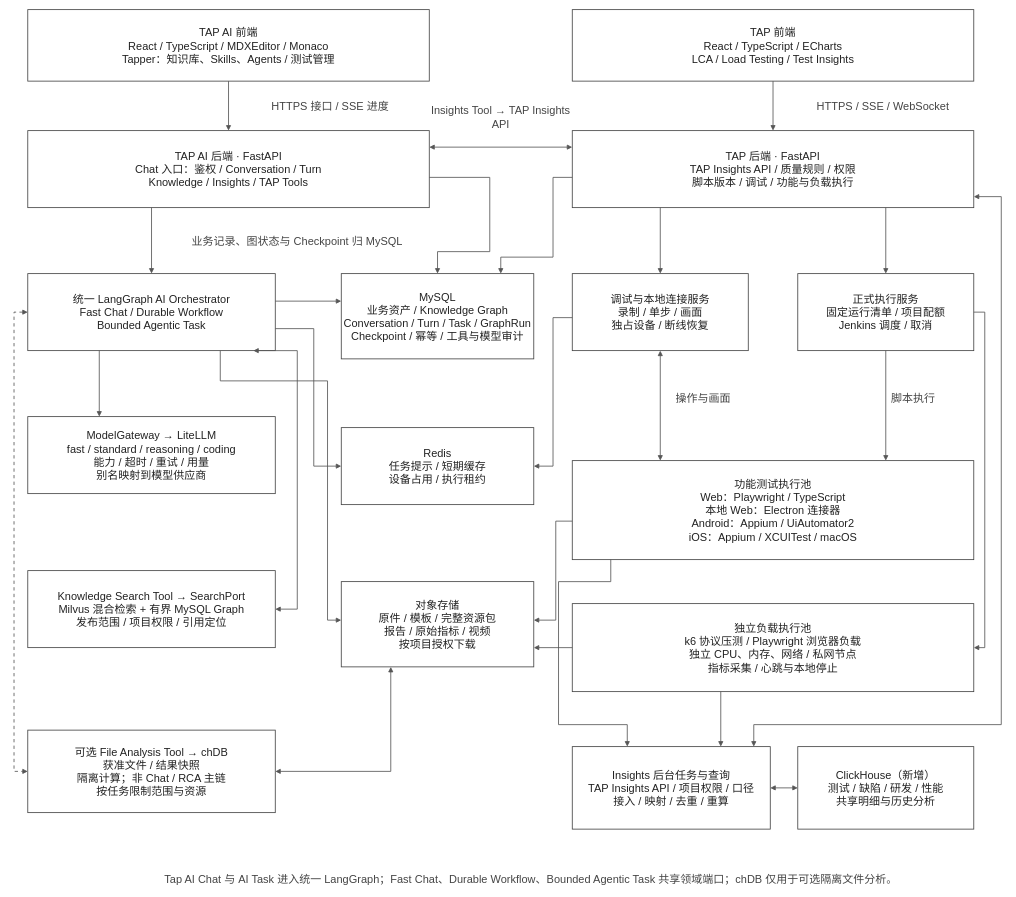
This is page "技术架构" (3 of 11) of docs/assets/rfc-011/2026-09-17-platform-design.drawio from patrickstarpty/tap, a draw.io file, before an edit. Source tidied: cells renumbered, new cells numbered last; positions are measured from the earlier drawing's top-left corner, leaving out a move shared by most shapes. Both pictures are drawn from the tidied source at 55%, with x=0, y=0 at pixel (14, 9).
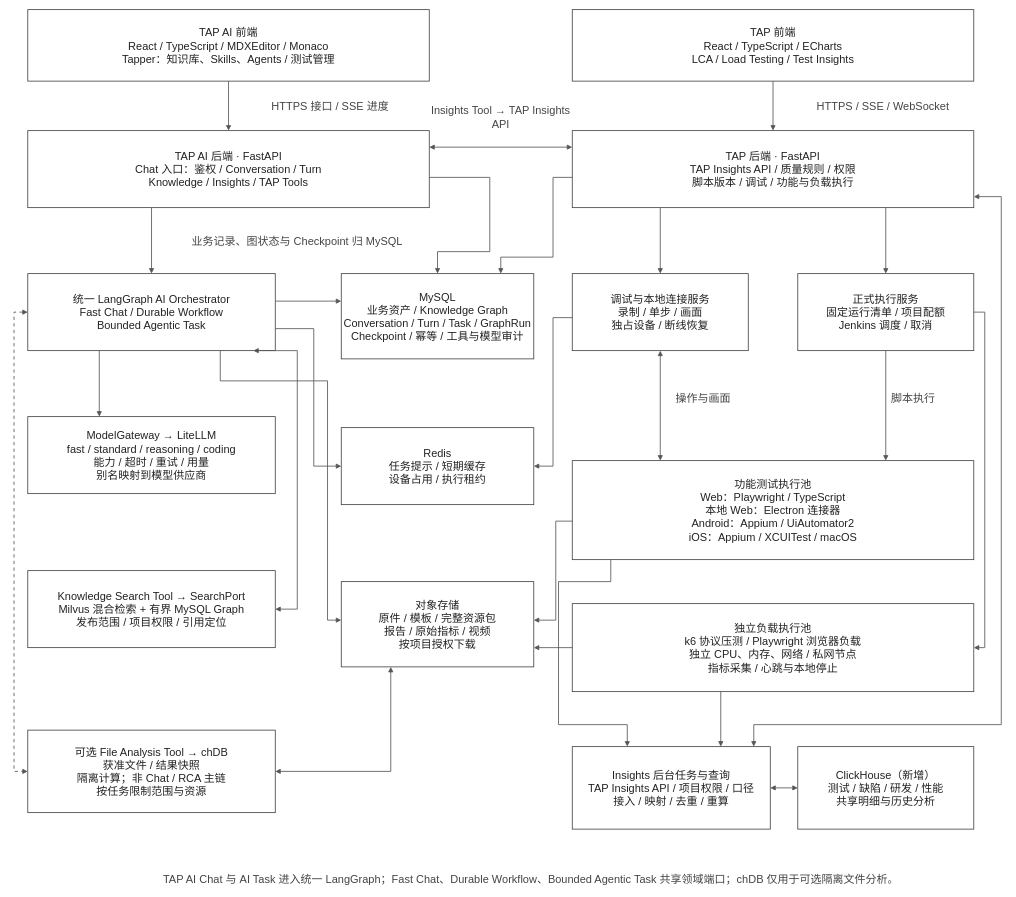
After the change.

Change to the diagram source:
```diff
@@
-    <mxCell id="50" value="Tap AI Chat 与 AI Task 进入统一 LangGraph；Fast Chat、Durable Workflow、Bounded Agentic Task 共享领域端口；chDB 仅用于可选隔离文件分析。" style="text;html=0;align=center;verticalAlign=middle;whiteSpace=wrap;fontSize=20;fontColor=#444444;" parent="1" vertex="1">
+    <mxCell id="50" value="TAP AI Chat 与 AI Task 进入统一 LangGraph；Fast Chat、Durable Workflow、Bounded Agentic Task 共享领域端口；chDB 仅用于可选隔离文件分析。" style="text;html=0;align=center;verticalAlign=middle;whiteSpace=wrap;fontSize=20;fontColor=#444444;" parent="1" vertex="1">
       <mxGeometry x="190" y="1565" width="1500" height="30" as="geometry" />
     </mxCell>
```
